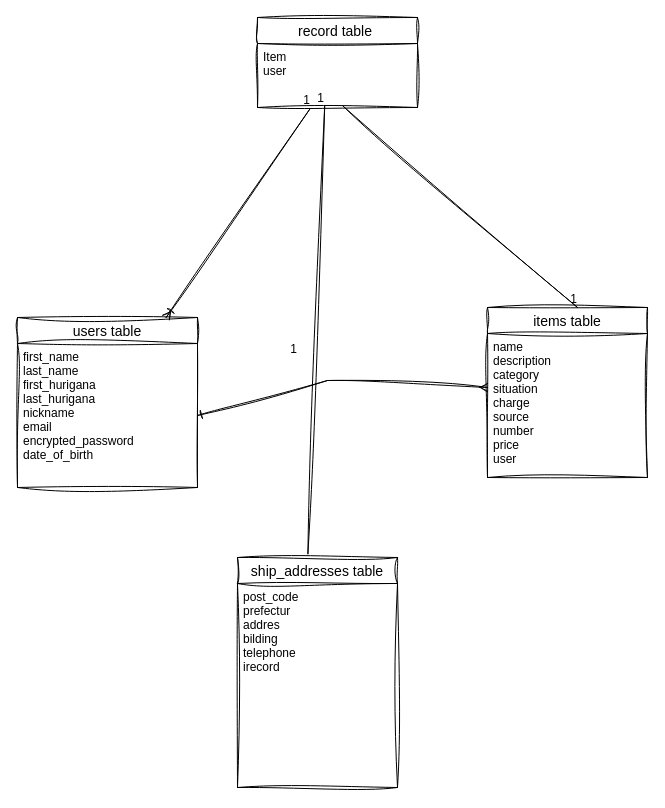
Before: page "ページ1" (1 of 2) of test.dio in simizuyuuki/furima-40385, a draw.io diagram. Source tidied: cells renumbered, new cells numbered last; positions are measured from the earlier drawing's top-left corner, leaving out a move shared by most shapes. Both pictures are drawn from the tidied source at 100%, with x=0, y=0 at pixel (17, 17).
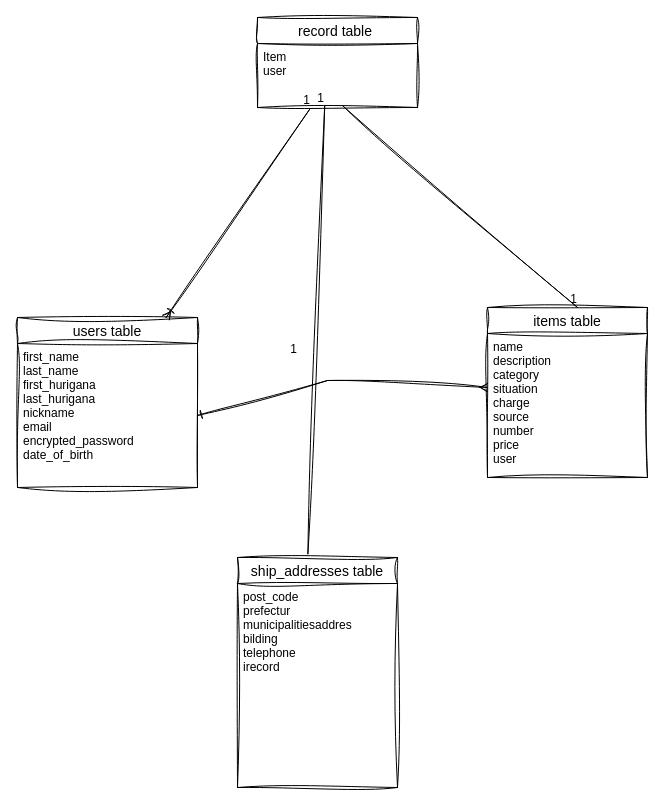
After the change.

Unchanged cells that the change refers to:
```xml
<mxCell id="6" value="ship_addresses table" style="swimlane;fontStyle=0;horizontal=1;startSize=26;align=center;fontSize=14;sketch=1;curveFitting=1;jiggle=2;" parent="1" vertex="1">
  <mxGeometry x="220" y="540" width="160" height="230" as="geometry" />
</mxCell>
```

Diff of the diagram source:
```diff
@@
-    <mxCell id="7" value="post_code&#10;prefectur&#10;addres&#10;bilding&#10;telephone&#10;irecord" style="text;strokeColor=none;fillColor=none;spacingLeft=4;spacingRight=4;overflow=hidden;fontSize=12;sketch=1;curveFitting=1;jiggle=2;" parent="6" vertex="1">
+    <mxCell id="7" value="post_code&#10;prefectur&#10;municipalitiesaddres&#10;bilding&#10;telephone&#10;irecord" style="text;strokeColor=none;fillColor=none;spacingLeft=4;spacingRight=4;overflow=hidden;fontSize=12;sketch=1;curveFitting=1;jiggle=2;" parent="6" vertex="1">
       <mxGeometry y="26" width="160" height="204" as="geometry" />
     </mxCell>
```
